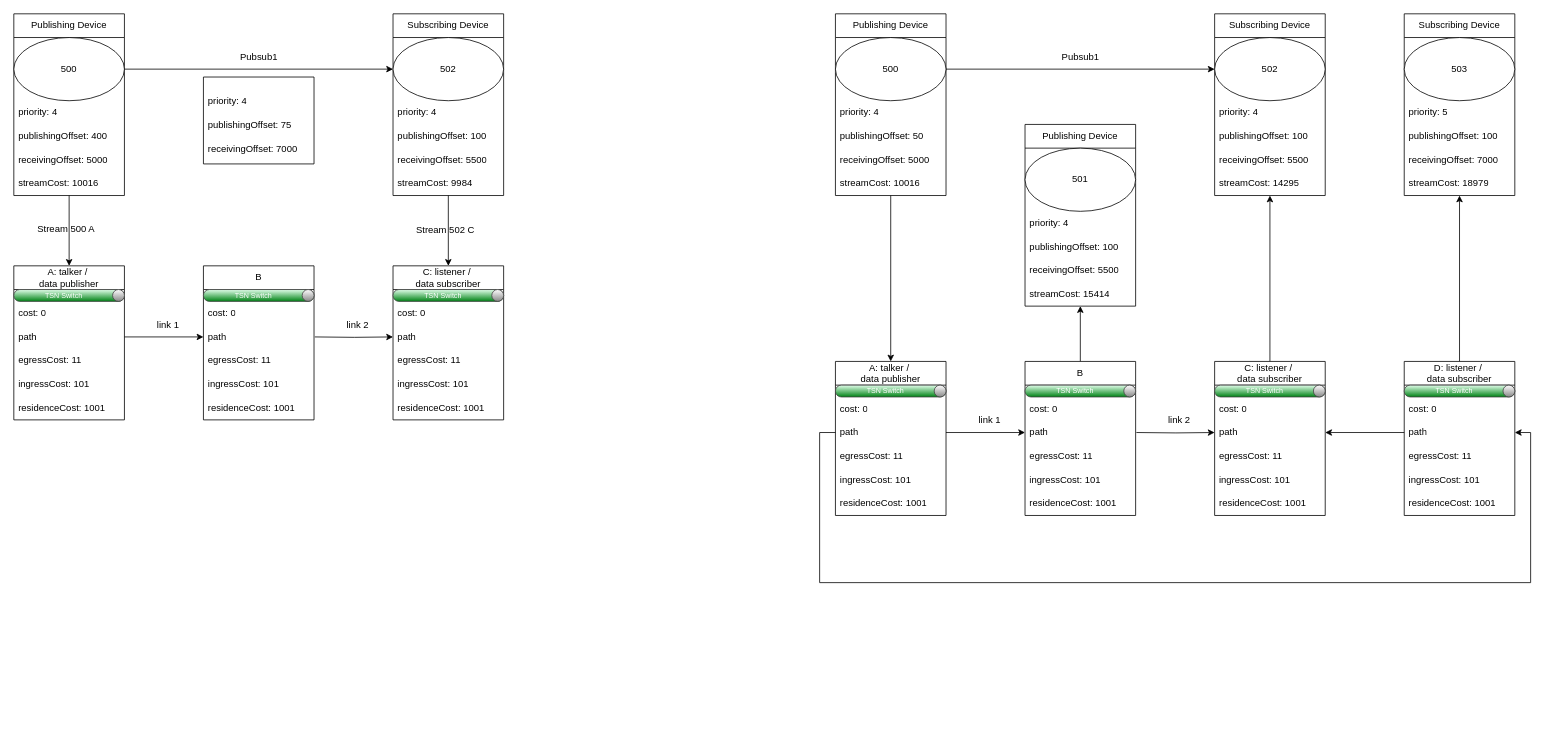
Before: TSN_Calculation.drawio in RiemannLee19/UMLs, a draw.io diagram. Source tidied: cells renumbered, new cells numbered last; positions are measured from the earlier drawing's top-left corner, leaving out a move shared by most shapes. Both pictures are drawn from the tidied source at 79%, with x=0, y=0 at pixel (13, 13).
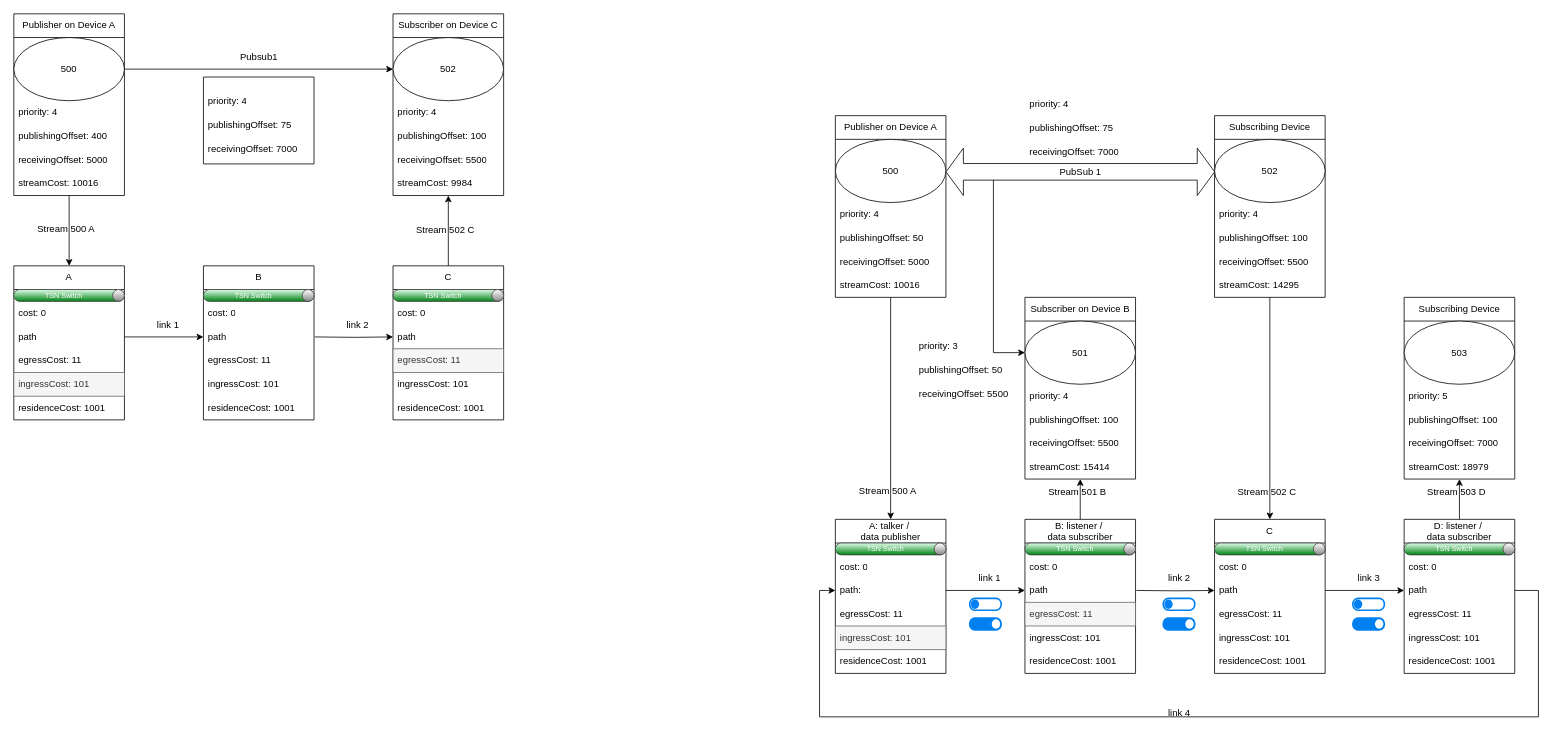
Above is the later version.

The change refers to these unchanged cells:
```xml
<mxCell id="62" value="path" style="text;strokeColor=none;fillColor=none;align=left;verticalAlign=middle;spacingLeft=4;spacingRight=4;overflow=hidden;points=[[0,0.5],[1,0.5]];portConstraint=eastwest;whiteSpace=wrap;html=1;" parent="59" vertex="1">
  <mxGeometry y="75" width="140" height="30" as="geometry" />
</mxCell>
<mxCell id="72" value="500" style="ellipse;whiteSpace=wrap;html=1;" parent="71" vertex="1">
  <mxGeometry y="30" width="140" height="80" as="geometry" />
</mxCell>
<mxCell id="78" value="502" style="ellipse;whiteSpace=wrap;html=1;" parent="77" vertex="1">
  <mxGeometry y="30" width="140" height="80" as="geometry" />
</mxCell>
<mxCell id="89" value="path" style="text;strokeColor=none;fillColor=none;align=left;verticalAlign=middle;spacingLeft=4;spacingRight=4;overflow=hidden;points=[[0,0.5],[1,0.5]];portConstraint=eastwest;whiteSpace=wrap;html=1;" parent="86" vertex="1">
  <mxGeometry y="75" width="140" height="30" as="geometry" />
</mxCell>
<mxCell id="100" value="501" style="ellipse;whiteSpace=wrap;html=1;" parent="99" vertex="1">
  <mxGeometry y="30" width="140" height="80" as="geometry" />
</mxCell>
```

Change to the diagram source:
```diff
@@
-    <mxCell id="2" value="A: talker /&amp;nbsp;&lt;div&gt;data publisher&lt;/div&gt;" style="swimlane;fontStyle=0;horizontal=1;startSize=30;whiteSpace=wrap;html=1;" parent="1" vertex="1">
+    <mxCell id="2" value="A" style="swimlane;fontStyle=0;horizontal=1;startSize=30;whiteSpace=wrap;html=1;" parent="1" vertex="1">
       <mxGeometry y="319" width="140" height="195" as="geometry" />
     </mxCell>
@@
-    <mxCell id="7" value="ingressCost: 101" style="text;strokeColor=none;fillColor=none;align=left;verticalAlign=middle;spacingLeft=4;spacingRight=4;overflow=hidden;whiteSpace=wrap;html=1;" parent="2" vertex="1">
+    <mxCell id="7" value="ingressCost: 101" style="text;fillColor=#f5f5f5;align=left;verticalAlign=middle;spacingLeft=4;spacingRight=4;overflow=hidden;whiteSpace=wrap;html=1;fontColor=#333333;strokeColor=#666666;" parent="2" vertex="1">
       <mxGeometry y="135" width="140" height="30" as="geometry" />
     </mxCell>
@@
+    <mxCell id="113" style="edgeStyle=orthogonalEdgeStyle;rounded=0;jettySize=auto;html=1;exitX=0.5;exitY=0;exitDx=0;exitDy=0;" parent="1" edge="1" source="16" target="35">
+      <mxGeometry relative="1" as="geometry" />
+    </mxCell>
-    <mxCell id="16" value="C: listener /&amp;nbsp;&lt;div&gt;data subscriber&lt;/div&gt;" style="swimlane;fontStyle=0;horizontal=1;startSize=30;whiteSpace=wrap;html=1;" parent="1" vertex="1">
+    <mxCell id="16" value="C" style="swimlane;fontStyle=0;horizontal=1;startSize=30;whiteSpace=wrap;html=1;" parent="1" vertex="1">
       <mxGeometry x="480" y="319" width="140" height="195" as="geometry" />
     </mxCell>
@@
-    <mxCell id="20" value="egressCost: 11" style="text;strokeColor=none;fillColor=none;align=left;verticalAlign=middle;spacingLeft=4;spacingRight=4;overflow=hidden;whiteSpace=wrap;html=1;" parent="16" vertex="1">
+    <mxCell id="20" value="egressCost: 11" style="text;strokeColor=#666666;fillColor=#f5f5f5;align=left;verticalAlign=middle;spacingLeft=4;spacingRight=4;overflow=hidden;whiteSpace=wrap;html=1;fontColor=#333333;" parent="16" vertex="1">
       <mxGeometry y="105" width="140" height="30" as="geometry" />
     </mxCell>
@@
-    <mxCell id="28" value="Publishing Device" style="swimlane;fontStyle=0;horizontal=1;startSize=30;whiteSpace=wrap;html=1;" parent="1" vertex="1">
+    <mxCell id="28" value="Publisher on Device A" style="swimlane;fontStyle=0;horizontal=1;startSize=30;whiteSpace=wrap;html=1;" parent="1" vertex="1">
       <mxGeometry width="140" height="230" as="geometry" />
     </mxCell>
@@
-    <mxCell id="34" style="edgeStyle=orthogonalEdgeStyle;rounded=0;jettySize=auto;html=1;entryX=0.5;entryY=0;entryDx=0;entryDy=0;" parent="1" edge="1" source="35" target="16">
-      <mxGeometry relative="1" as="geometry" />
-    </mxCell>
-    <mxCell id="35" value="Subscribing Device" style="swimlane;fontStyle=0;horizontal=1;startSize=30;whiteSpace=wrap;html=1;" parent="1" vertex="1">
+    <mxCell id="35" value="Subscriber on Device C" style="swimlane;fontStyle=0;horizontal=1;startSize=30;whiteSpace=wrap;html=1;" parent="1" vertex="1">
       <mxGeometry x="480" width="140" height="230" as="geometry" />
     </mxCell>
@@
     <mxCell id="43" value="A: talker /&amp;nbsp;&lt;div&gt;data publisher&lt;/div&gt;" style="swimlane;fontStyle=0;horizontal=1;startSize=30;whiteSpace=wrap;html=1;" parent="1" vertex="1">
-      <mxGeometry x="1040" y="440" width="140" height="195" as="geometry" />
+      <mxGeometry x="1039.9" y="639.9" width="140" height="195" as="geometry" />
     </mxCell>
@@
-    <mxCell id="46" value="path" style="text;strokeColor=none;fillColor=none;align=left;verticalAlign=middle;spacingLeft=4;spacingRight=4;overflow=hidden;points=[[0,0.5],[1,0.5]];portConstraint=eastwest;whiteSpace=wrap;html=1;" parent="43" vertex="1">
+    <mxCell id="46" value="path:" style="text;strokeColor=none;fillColor=none;align=left;verticalAlign=middle;spacingLeft=4;spacingRight=4;overflow=hidden;points=[[0,0.5],[1,0.5]];portConstraint=eastwest;whiteSpace=wrap;html=1;" parent="43" vertex="1">
       <mxGeometry y="75" width="140" height="30" as="geometry" />
     </mxCell>
@@
-    <mxCell id="48" value="ingressCost: 101" style="text;strokeColor=none;fillColor=none;align=left;verticalAlign=middle;spacingLeft=4;spacingRight=4;overflow=hidden;whiteSpace=wrap;html=1;" parent="43" vertex="1">
+    <mxCell id="48" value="ingressCost: 101" style="text;strokeColor=#666666;fillColor=#f5f5f5;align=left;verticalAlign=middle;spacingLeft=4;spacingRight=4;overflow=hidden;whiteSpace=wrap;html=1;fontColor=#333333;" parent="43" vertex="1">
       <mxGeometry y="135" width="140" height="30" as="geometry" />
     </mxCell>
@@
-    <mxCell id="51" value="B" style="swimlane;fontStyle=0;horizontal=1;startSize=30;whiteSpace=wrap;html=1;" parent="1" vertex="1">
-      <mxGeometry x="1280" y="440" width="140" height="195" as="geometry" />
+    <mxCell id="51" value="B: listener /&amp;nbsp;&lt;div&gt;data subscriber&lt;/div&gt;" style="swimlane;fontStyle=0;horizontal=1;startSize=30;whiteSpace=wrap;html=1;" parent="1" vertex="1">
+      <mxGeometry x="1279.9" y="639.9" width="140" height="195" as="geometry" />
     </mxCell>
@@
-    <mxCell id="55" value="egressCost: 11" style="text;strokeColor=none;fillColor=none;align=left;verticalAlign=middle;spacingLeft=4;spacingRight=4;overflow=hidden;whiteSpace=wrap;html=1;" parent="51" vertex="1">
+    <mxCell id="55" value="egressCost: 11" style="text;strokeColor=#666666;fillColor=#f5f5f5;align=left;verticalAlign=middle;spacingLeft=4;spacingRight=4;overflow=hidden;whiteSpace=wrap;html=1;fontColor=#333333;" parent="51" vertex="1">
       <mxGeometry y="105" width="140" height="30" as="geometry" />
     </mxCell>
@@
-    <mxCell id="58" style="edgeStyle=orthogonalEdgeStyle;rounded=0;jettySize=auto;html=1;" parent="1" edge="1" source="59" target="77">
-      <mxGeometry relative="1" as="geometry" />
-    </mxCell>
-    <mxCell id="59" value="C: listener /&amp;nbsp;&lt;div&gt;data subscriber&lt;/div&gt;" style="swimlane;fontStyle=0;horizontal=1;startSize=30;whiteSpace=wrap;html=1;" parent="1" vertex="1">
-      <mxGeometry x="1520" y="440" width="140" height="195" as="geometry" />
+    <mxCell id="59" value="C" style="swimlane;fontStyle=0;horizontal=1;startSize=30;whiteSpace=wrap;html=1;" parent="1" vertex="1">
+      <mxGeometry x="1519.9" y="639.9" width="140" height="195" as="geometry" />
     </mxCell>
@@
     <mxCell id="67" style="edgeStyle=orthogonalEdgeStyle;rounded=0;jettySize=auto;html=1;entryX=0;entryY=0.5;entryDx=0;entryDy=0;" parent="1" edge="1" target="62">
       <mxGeometry relative="1" as="geometry">
-        <mxPoint x="1421" y="530" as="sourcePoint" />
+        <mxPoint x="1420.9" y="729.9" as="sourcePoint" />
       </mxGeometry>
     </mxCell>
     <mxCell id="68" value="link 1" style="text;html=1;align=center;verticalAlign=middle;strokeColor=none;fillColor=none;" parent="1" vertex="1">
-      <mxGeometry x="1210" y="500" width="50" height="30" as="geometry" />
+      <mxGeometry x="1209.9" y="699.9" width="50" height="30" as="geometry" />
     </mxCell>
     <mxCell id="69" value="link 2" style="text;html=1;align=center;verticalAlign=middle;strokeColor=none;fillColor=none;" parent="1" vertex="1">
-      <mxGeometry x="1450" y="500" width="50" height="30" as="geometry" />
+      <mxGeometry x="1449.9" y="699.9" width="50" height="30" as="geometry" />
     </mxCell>
@@
-    <mxCell id="71" value="Publishing Device" style="swimlane;fontStyle=0;horizontal=1;startSize=30;whiteSpace=wrap;html=1;" parent="1" vertex="1">
-      <mxGeometry x="1040" width="140" height="230" as="geometry" />
+    <mxCell id="71" value="Publisher on Device A" style="swimlane;fontStyle=0;horizontal=1;startSize=30;whiteSpace=wrap;html=1;" parent="1" vertex="1">
+      <mxGeometry x="1039.9" y="128.9" width="140" height="230" as="geometry" />
     </mxCell>
@@
+    <mxCell id="114" style="edgeStyle=orthogonalEdgeStyle;rounded=0;jettySize=auto;html=1;entryX=0.5;entryY=0;entryDx=0;entryDy=0;" parent="1" edge="1" source="77" target="59">
+      <mxGeometry relative="1" as="geometry" />
+    </mxCell>
     <mxCell id="77" value="Subscribing Device" style="swimlane;fontStyle=0;horizontal=1;startSize=30;whiteSpace=wrap;html=1;" parent="1" vertex="1">
-      <mxGeometry x="1520" width="140" height="230" as="geometry" />
+      <mxGeometry x="1519.9" y="128.9" width="140" height="230" as="geometry" />
     </mxCell>
@@
-    <mxCell id="83" style="edgeStyle=orthogonalEdgeStyle;rounded=0;jettySize=auto;html=1;exitX=1;exitY=0.5;exitDx=0;exitDy=0;" parent="1" edge="1" source="72" target="78">
-      <mxGeometry relative="1" as="geometry" />
-    </mxCell>
-    <mxCell id="84" value="Pubsub1" style="text;html=1;align=center;verticalAlign=middle;strokeColor=none;fillColor=none;" parent="1" vertex="1">
-      <mxGeometry x="1315" y="40" width="70" height="30" as="geometry" />
-    </mxCell>
@@
     <mxCell id="86" value="D: listener /&amp;nbsp;&lt;div&gt;data subscriber&lt;/div&gt;" style="swimlane;fontStyle=0;horizontal=1;startSize=30;whiteSpace=wrap;html=1;" parent="1" vertex="1">
-      <mxGeometry x="1760" y="440" width="140" height="195" as="geometry" />
+      <mxGeometry x="1759.9" y="639.9" width="140" height="195" as="geometry" />
     </mxCell>
@@
     <mxCell id="93" value="Subscribing Device" style="swimlane;fontStyle=0;horizontal=1;startSize=30;whiteSpace=wrap;html=1;" parent="1" vertex="1">
-      <mxGeometry x="1760" width="140" height="230" as="geometry" />
+      <mxGeometry x="1759.9" y="358.9" width="140" height="230" as="geometry" />
     </mxCell>
@@
-    <mxCell id="99" value="Publishing Device" style="swimlane;fontStyle=0;horizontal=1;startSize=30;whiteSpace=wrap;html=1;" parent="1" vertex="1">
-      <mxGeometry x="1280" y="140" width="140" height="230" as="geometry" />
+    <mxCell id="99" value="Subscriber on Device B" style="swimlane;fontStyle=0;horizontal=1;startSize=30;whiteSpace=wrap;html=1;" parent="1" vertex="1">
+      <mxGeometry x="1279.9" y="358.9" width="140" height="230" as="geometry" />
     </mxCell>
@@
-    <mxCell id="105" style="edgeStyle=orthogonalEdgeStyle;rounded=0;jettySize=auto;html=1;exitX=0;exitY=0.5;exitDx=0;exitDy=0;entryX=1;entryY=0.5;entryDx=0;entryDy=0;" parent="1" edge="1" source="46" target="89">
+    <mxCell id="105" style="edgeStyle=orthogonalEdgeStyle;rounded=0;jettySize=auto;html=1;exitX=1;exitY=0.5;exitDx=0;exitDy=0;entryX=0;entryY=0.5;entryDx=0;entryDy=0;" parent="1" edge="1" source="89" target="46">
       <mxGeometry relative="1" as="geometry">
         <Array as="points">
-          <mxPoint x="1020" y="530" />
-          <mxPoint x="1020" y="720" />
-          <mxPoint x="1920" y="720" />
-          <mxPoint x="1920" y="530" />
+          <mxPoint x="1929.9" y="729.9" />
+          <mxPoint x="1929.9" y="889.9" />
+          <mxPoint x="1019.9" y="889.9" />
+          <mxPoint x="1019.9" y="729.9" />
         </Array>
       </mxGeometry>
     </mxCell>
-    <mxCell id="106" style="edgeStyle=orthogonalEdgeStyle;rounded=0;jettySize=auto;html=1;exitX=0;exitY=0.5;exitDx=0;exitDy=0;entryX=1;entryY=0.5;entryDx=0;entryDy=0;" parent="1" edge="1" source="89" target="62">
+    <mxCell id="106" style="edgeStyle=orthogonalEdgeStyle;rounded=0;jettySize=auto;html=1;exitX=1;exitY=0.5;exitDx=0;exitDy=0;entryX=0;entryY=0.5;entryDx=0;entryDy=0;" parent="1" edge="1" source="62" target="89">
       <mxGeometry relative="1" as="geometry" />
     </mxCell>
@@
+    <mxCell id="115" style="edgeStyle=orthogonalEdgeStyle;rounded=0;jettySize=auto;html=1;exitX=1;exitY=0.5;exitDx=0;exitDy=0;entryX=0;entryY=0.5;entryDx=0;entryDy=0;" parent="1" edge="1" source="72" target="100">
+      <mxGeometry relative="1" as="geometry">
+        <Array as="points">
+          <mxPoint x="1240" y="199" />
+          <mxPoint x="1240" y="429" />
+        </Array>
+      </mxGeometry>
+    </mxCell>
+    <mxCell id="116" value="link 3" style="text;html=1;align=center;verticalAlign=middle;strokeColor=none;fillColor=none;" parent="1" vertex="1">
+      <mxGeometry x="1689.9" y="699.9" width="50" height="30" as="geometry" />
+    </mxCell>
+    <mxCell id="117" value="link 4" style="text;html=1;align=center;verticalAlign=middle;strokeColor=none;fillColor=none;" parent="1" vertex="1">
+      <mxGeometry x="1449.9" y="869.9" width="50" height="30" as="geometry" />
+    </mxCell>
+    <mxCell id="118" value="Stream 500 A" style="text;html=1;align=center;verticalAlign=middle;strokeColor=none;fillColor=none;" parent="1" vertex="1">
+      <mxGeometry x="1055.9" y="588.9" width="100" height="30" as="geometry" />
+    </mxCell>
+    <mxCell id="119" value="Stream 502 C" style="text;html=1;align=center;verticalAlign=middle;strokeColor=none;fillColor=none;" parent="1" vertex="1">
+      <mxGeometry x="1535.9" y="589.9" width="100" height="30" as="geometry" />
+    </mxCell>
+    <mxCell id="120" value="Stream 501 B" style="text;html=1;align=center;verticalAlign=middle;strokeColor=none;fillColor=none;" parent="1" vertex="1">
+      <mxGeometry x="1295.9" y="589.9" width="100" height="30" as="geometry" />
+    </mxCell>
+    <mxCell id="121" value="Stream 503 D" style="text;html=1;align=center;verticalAlign=middle;strokeColor=none;fillColor=none;" parent="1" vertex="1">
+      <mxGeometry x="1775.9" y="590.9" width="100" height="30" as="geometry" />
+    </mxCell>
+    <mxCell id="122" style="html=1;verticalLabelPosition=bottom;align=center;labelBackgroundColor=#ffffff;verticalAlign=top;strokeWidth=2;strokeColor=#0080F0;shadow=0;dashed=0;shape=mxgraph.ios7.icons.controls;" parent="1" vertex="1">
+      <mxGeometry x="1209.9" y="739.9" width="40" height="40" as="geometry" />
+    </mxCell>
+    <mxCell id="123" style="html=1;verticalLabelPosition=bottom;align=center;labelBackgroundColor=#ffffff;verticalAlign=top;strokeWidth=2;strokeColor=#0080F0;shadow=0;dashed=0;shape=mxgraph.ios7.icons.controls;" parent="1" vertex="1">
+      <mxGeometry x="1454.9" y="739.9" width="40" height="40" as="geometry" />
+    </mxCell>
+    <mxCell id="124" style="html=1;verticalLabelPosition=bottom;align=center;labelBackgroundColor=#ffffff;verticalAlign=top;strokeWidth=2;strokeColor=#0080F0;shadow=0;dashed=0;shape=mxgraph.ios7.icons.controls;" parent="1" vertex="1">
+      <mxGeometry x="1694.9" y="739.9" width="40" height="40" as="geometry" />
+    </mxCell>
+    <mxCell id="125" value="PubSub 1" style="html=1;shadow=0;dashed=0;align=center;verticalAlign=middle;shape=mxgraph.arrows2.twoWayArrow;dy=0.65;dx=22;" parent="1" vertex="1">
+      <mxGeometry x="1180" y="170" width="340" height="60" as="geometry" />
+    </mxCell>
+    <mxCell id="126" value="priority: 3" style="text;strokeColor=none;fillColor=none;align=left;verticalAlign=middle;spacingLeft=4;spacingRight=4;overflow=hidden;whiteSpace=wrap;html=1;" parent="1" vertex="1">
+      <mxGeometry x="1140" y="405.5" width="140" height="30" as="geometry" />
+    </mxCell>
+    <mxCell id="127" value="publishingOffset: 50" style="text;strokeColor=none;fillColor=none;align=left;verticalAlign=middle;spacingLeft=4;spacingRight=4;overflow=hidden;whiteSpace=wrap;html=1;" parent="1" vertex="1">
+      <mxGeometry x="1140" y="435.5" width="140" height="30" as="geometry" />
+    </mxCell>
+    <mxCell id="128" value="receivingOffset: 5500" style="text;strokeColor=none;fillColor=none;align=left;verticalAlign=middle;spacingLeft=4;spacingRight=4;overflow=hidden;whiteSpace=wrap;html=1;" parent="1" vertex="1">
+      <mxGeometry x="1140" y="465.5" width="140" height="30" as="geometry" />
+    </mxCell>
+    <mxCell id="129" value="priority: 4" style="text;strokeColor=none;fillColor=none;align=left;verticalAlign=middle;spacingLeft=4;spacingRight=4;overflow=hidden;whiteSpace=wrap;html=1;" parent="1" vertex="1">
+      <mxGeometry x="1280" y="99.5" width="140" height="30" as="geometry" />
+    </mxCell>
+    <mxCell id="130" value="publishingOffset: 75" style="text;strokeColor=none;fillColor=none;align=left;verticalAlign=middle;spacingLeft=4;spacingRight=4;overflow=hidden;whiteSpace=wrap;html=1;" parent="1" vertex="1">
+      <mxGeometry x="1280" y="129.5" width="140" height="30" as="geometry" />
+    </mxCell>
+    <mxCell id="131" value="receivingOffset: 7000" style="text;strokeColor=none;fillColor=none;align=left;verticalAlign=middle;spacingLeft=4;spacingRight=4;overflow=hidden;whiteSpace=wrap;html=1;" parent="1" vertex="1">
+      <mxGeometry x="1280" y="159.5" width="140" height="30" as="geometry" />
+    </mxCell>
```
